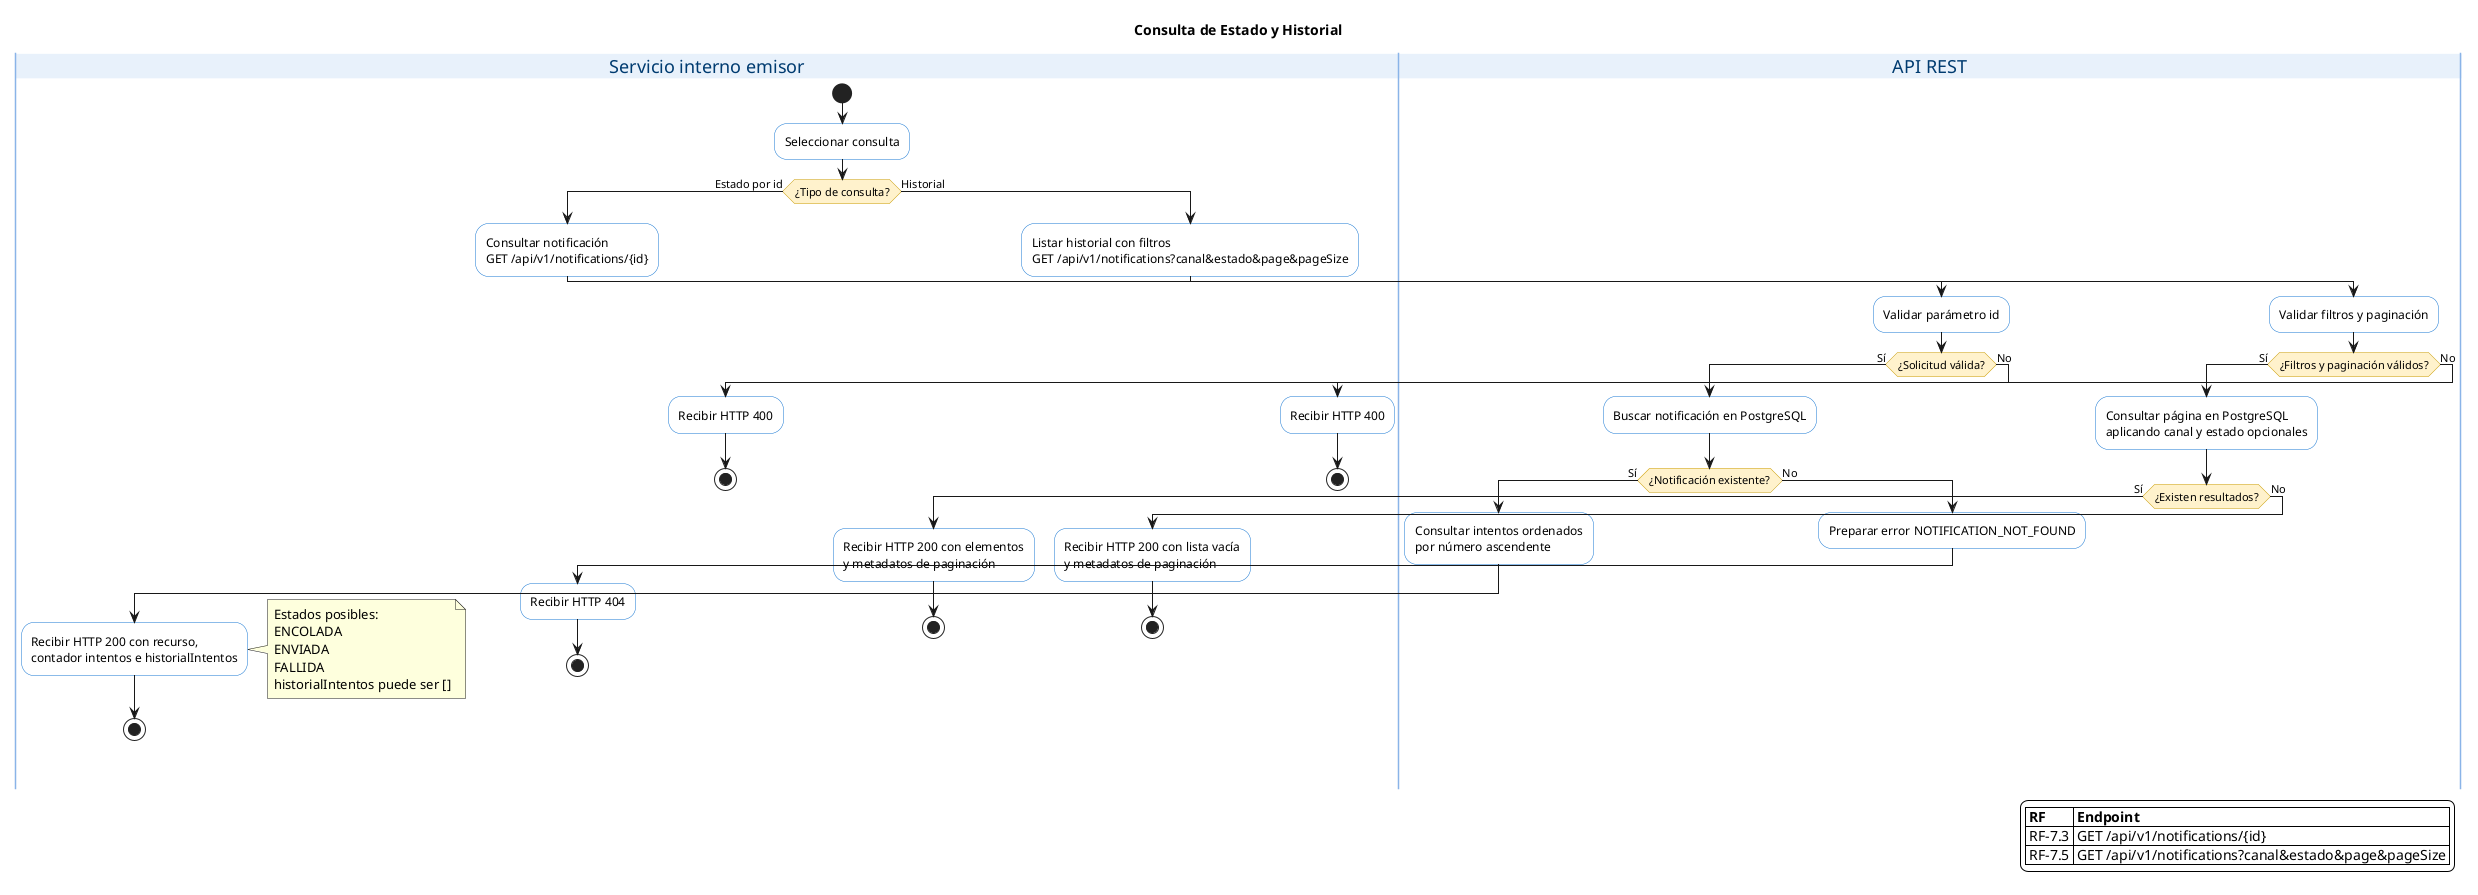
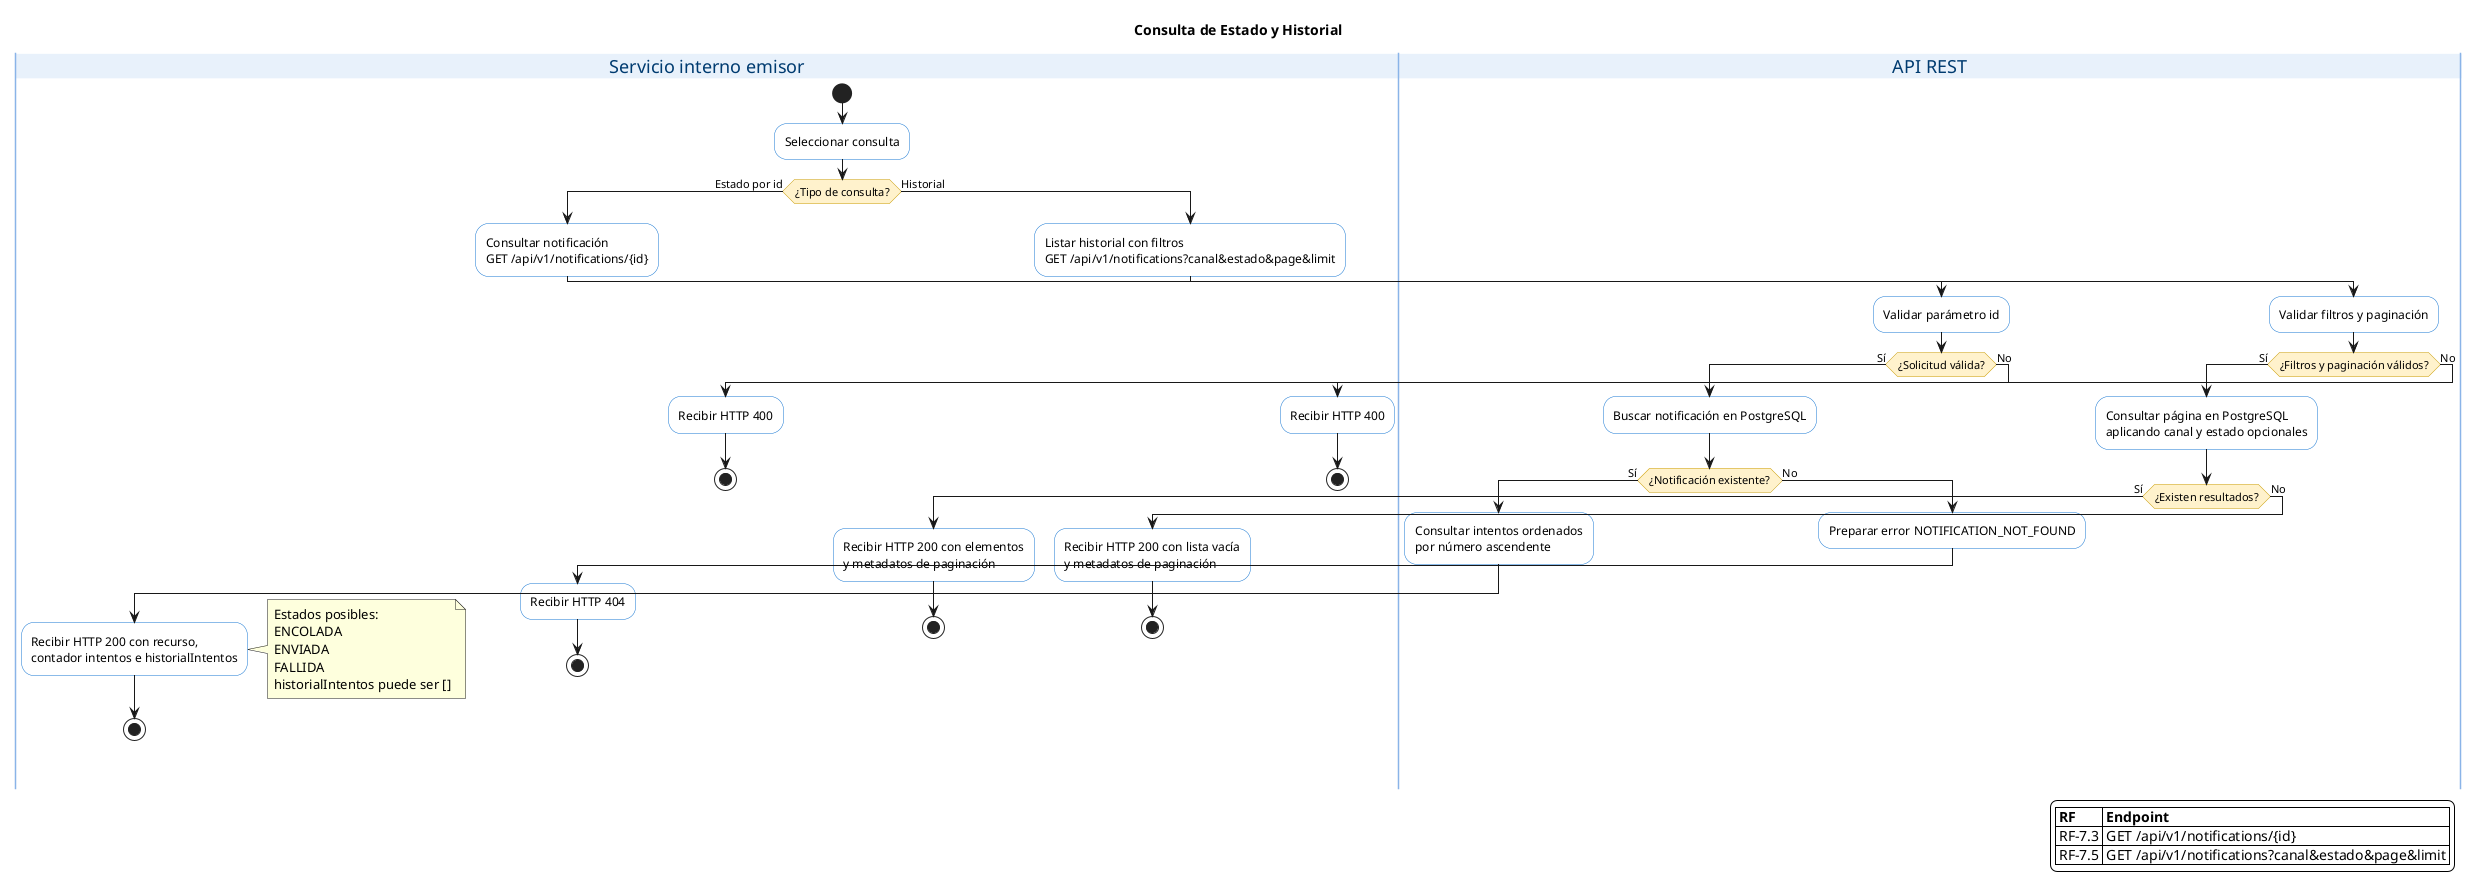
@startuml notificaciones-03-bp-consulta-historial

title Consulta de Estado y Historial

skinparam backgroundColor white
skinparam shadowing false
skinparam activity {
    BackgroundColor white
    BorderColor #1676D2
    FontColor #000000
    DiamondBackgroundColor #FFF2CC
    DiamondBorderColor #C99A00
    StartColor #222222
    EndColor #222222
    BarColor #1676D2
}
skinparam swimlane {
    BorderColor #8AB4E8
    TitleBackgroundColor #E8F1FB
    TitleFontColor #003B70
}

|Servicio interno emisor|
start
:Seleccionar consulta;

if (¿Tipo de consulta?) then (Estado por id)
    :Consultar notificación\nGET /api/v1/notifications/{id};
    |API REST|
    :Validar parámetro id;
    if (¿Solicitud válida?) then (Sí)
        :Buscar notificación en PostgreSQL;
        if (¿Notificación existente?) then (Sí)
            :Consultar intentos ordenados\npor número ascendente;
            |Servicio interno emisor|
            :Recibir HTTP 200 con recurso,\ncontador intentos e historialIntentos;
            note right
              Estados posibles:
              ENCOLADA
              ENVIADA
              FALLIDA
              historialIntentos puede ser []
            end note
            stop
        else (No)
            |API REST|
            :Preparar error NOTIFICATION_NOT_FOUND;
            |Servicio interno emisor|
            :Recibir HTTP 404;
            stop
        endif
    else (No)
        |Servicio interno emisor|
        :Recibir HTTP 400;
        stop
    endif

else (Historial)
-     :Listar historial con filtros\nGET /api/v1/notifications?canal&estado&page&pageSize;
+     :Listar historial con filtros\nGET /api/v1/notifications?canal&estado&page&limit;
    |API REST|
    :Validar filtros y paginación;
    if (¿Filtros y paginación válidos?) then (Sí)
        :Consultar página en PostgreSQL\naplicando canal y estado opcionales;
        if (¿Existen resultados?) then (Sí)
            |Servicio interno emisor|
            :Recibir HTTP 200 con elementos\ny metadatos de paginación;
            stop
        else (No)
            |Servicio interno emisor|
            :Recibir HTTP 200 con lista vacía\ny metadatos de paginación;
            stop
        endif
    else (No)
        |Servicio interno emisor|
        :Recibir HTTP 400;
        stop
    endif
endif

legend right
|= RF |= Endpoint |
| RF-7.3 | GET /api/v1/notifications/{id} |
- | RF-7.5 | GET /api/v1/notifications?canal&estado&page&pageSize |
+ | RF-7.5 | GET /api/v1/notifications?canal&estado&page&limit |
endlegend

@enduml
